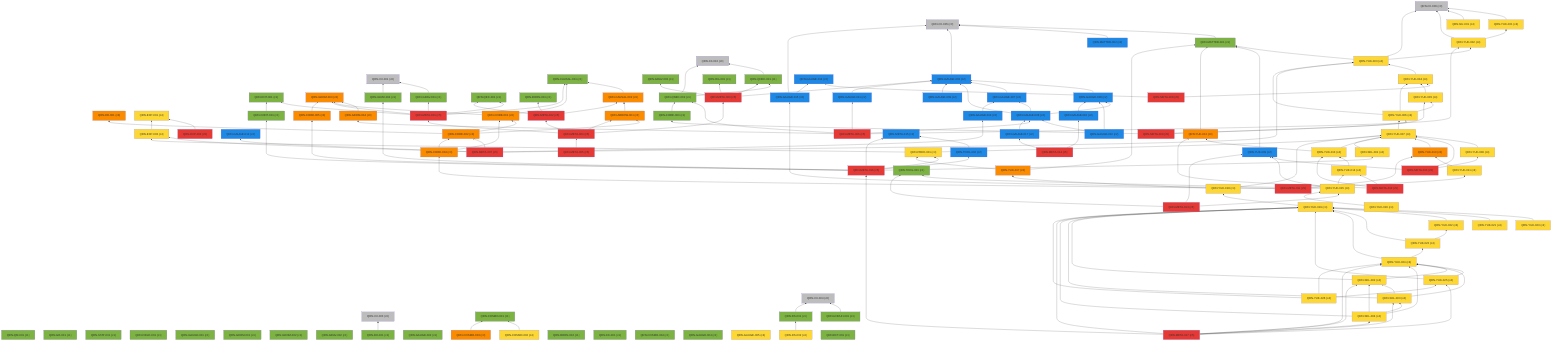
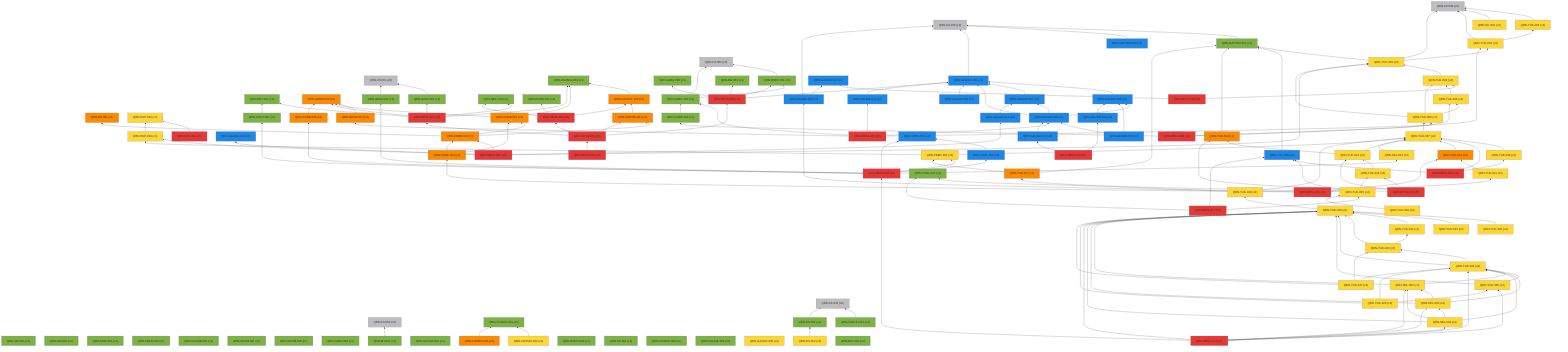
%% 自動生成 (dag/report.pl) — QRN 主張依存グラフ
graph BT
  QRN_C0_001["QRN-C0-001 (c0)"]:::c0
  QRN_C0_002["QRN-C0-002 (c0)"]:::c0
  QRN_C0_003["QRN-C0-003 (c0)"]:::c0
  QRN_C0_004["QRN-C0-004 (c0)"]:::c0
  QRN_C0_005["QRN-C0-005 (c0)"]:::c0
  QRN_C0_006["QRN-C0-006 (c0)"]:::c0
  QRN_QM_001["QRN-QM-001 (c1)"]:::c1
  QRN_GR_001["QRN-GR-001 (c1)"]:::c1
  QRN_STAT_001["QRN-STAT-001 (c1)"]:::c1
  QRN_FIELD_001["QRN-FIELD-001 (c1)"]:::c1
  QRN_GAUGE_001["QRN-GAUGE-001 (c1)"]:::c1
  QRN_ENT_001["QRN-ENT-001 (c1)"]:::c1
  QRN_GEOM_001["QRN-GEOM-001 (c1)"]:::c1
  QRN_GEOM_002["QRN-GEOM-002 (c1)"]:::c1
  QRN_GEOM_003["QRN-GEOM-003 (c3)"]:::c3
  QRN_GRAV_001["QRN-GRAV-001 (c1)"]:::c1
  QRN_GRAV_002["QRN-GRAV-002 (c1)"]:::c1
  QRN_BH_001["QRN-BH-001 (c1)"]:::c1
  QRN_CAUSAL_001["QRN-CAUSAL-001 (c1)"]:::c1
  QRN_CAUSAL_002["QRN-CAUSAL-002 (c3)"]:::c3
  QRN_ER_001["QRN-ER-001 (c3)"]:::c3
  QRN_QEC_001["QRN-QEC-001 (c1)"]:::c1
  QRN_GAUGE_002["QRN-GAUGE-002 (c1)"]:::c1
  QRN_COSMO_001["QRN-COSMO-001 (c1)"]:::c1
  QRN_COSMO_002["QRN-COSMO-002 (c4)"]:::c4
  QRN_COSMO_003["QRN-COSMO-003 (c3)"]:::c3
  QRN_BORN_001["QRN-BORN-001 (c1)"]:::c1
  QRN_BORN_002["QRN-BORN-002 (c1)"]:::c1
  QRN_GRAV_003["QRN-GRAV-003 (c1)"]:::c1
  QRN_KK_001["QRN-KK-001 (c1)"]:::c1
  QRN_MATTER_001["QRN-MATTER-001 (c1)"]:::c1
  QRN_MATTER_002["QRN-MATTER-002 (c2)"]:::c2
  QRN_COSMO_004["QRN-COSMO-004 (c1)"]:::c1
  QRN_EXP_001["QRN-EXP-001 (c4)"]:::c4
  QRN_GAUGE_003["QRN-GAUGE-003 (c2)"]:::c2
  QRN_GAUGE_004["QRN-GAUGE-004 (c1)"]:::c1
  QRN_GAUGE_005["QRN-GAUGE-005 (c4)"]:::c4
  QRN_YUK_001["QRN-YUK-001 (c4)"]:::c4
  QRN_RG_001["QRN-RG-001 (c1)"]:::c1
  QRN_UNRUH_001["QRN-UNRUH-001 (c1)"]:::c1
  QRN_QNEC_001["QRN-QNEC-001 (c1)"]:::c1
  QRN_NU_001["QRN-NU-001 (c4)"]:::c4
  QRN_GAUGE_006["QRN-GAUGE-006 (c2)"]:::c2
  QRN_DS_001["QRN-DS-001 (c1)"]:::c1
  QRN_DS_002["QRN-DS-002 (c4)"]:::c4
  QRN_ARROW_001["QRN-ARROW-001 (c3)"]:::c3
  QRN_GAUGE_007["QRN-GAUGE-007 (c2)"]:::c2
  QRN_EFT_001["QRN-EFT-001 (c1)"]:::c1
  QRN_GAUGE_008["QRN-GAUGE-008 (c2)"]:::c2
  QRN_GAUGE_009["QRN-GAUGE-009 (c2)"]:::c2
  QRN_GAUGE_010["QRN-GAUGE-010 (c2)"]:::c2
  QRN_QNEC_002["QRN-QNEC-002 (c1)"]:::c1
  QRN_GEOM_004["QRN-GEOM-004 (c3)"]:::c3
  QRN_YUK_002["QRN-YUK-002 (c4)"]:::c4
  QRN_EXP_002["QRN-EXP-002 (c5)"]:::c5
  QRN_CORE_001["QRN-CORE-001 (c3)"]:::c3
  QRN_GAUGE_011["QRN-GAUGE-011 (c2)"]:::c2
  QRN_GAUGE_012["QRN-GAUGE-012 (c2)"]:::c2
  QRN_YUK_003["QRN-YUK-003 (c4)"]:::c4
  QRN_EXP_003["QRN-EXP-003 (c4)"]:::c4
  QRN_CORE_002["QRN-CORE-002 (c3)"]:::c3
  QRN_GAUGE_013["QRN-GAUGE-013 (c2)"]:::c2
  QRN_YUK_004["QRN-YUK-004 (c4)"]:::c4
  QRN_GAUGE_014["QRN-GAUGE-014 (c2)"]:::c2
  QRN_META_001["QRN-META-001 (c5)"]:::c5
  QRN_META_002["QRN-META-002 (c5)"]:::c5
  QRN_META_003["QRN-META-003 (c5)"]:::c5
  QRN_META_004["QRN-META-004 (c5)"]:::c5
  QRN_META_005["QRN-META-005 (c5)"]:::c5
  QRN_META_006["QRN-META-006 (c5)"]:::c5
  QRN_META_007["QRN-META-007 (c5)"]:::c5
  QRN_META_008["QRN-META-008 (c5)"]:::c5
  QRN_YUK_005["QRN-YUK-005 (c4)"]:::c4
  QRN_YUK_006["QRN-YUK-006 (c4)"]:::c4
  QRN_CORE_003["QRN-CORE-003 (c1)"]:::c1
  QRN_META_009["QRN-META-009 (c5)"]:::c5
  QRN_YUK_007["QRN-YUK-007 (c4)"]:::c4
  QRN_YUK_008["QRN-YUK-008 (c4)"]:::c4
  QRN_YUK_009["QRN-YUK-009 (c2)"]:::c2
  QRN_META_010["QRN-META-010 (c5)"]:::c5
  QRN_GAUGE_015["QRN-GAUGE-015 (c2)"]:::c2
  QRN_YUK_010["QRN-YUK-010 (c3)"]:::c3
  QRN_YUK_011["QRN-YUK-011 (c4)"]:::c4
  QRN_CORE_004["QRN-CORE-004 (c3)"]:::c3
  QRN_META_011["QRN-META-011 (c5)"]:::c5
  QRN_YUK_012["QRN-YUK-012 (c3)"]:::c3
  QRN_YUK_013["QRN-YUK-013 (c4)"]:::c4
  QRN_YUK_014["QRN-YUK-014 (c4)"]:::c4
  QRN_META_012["QRN-META-012 (c5)"]:::c5
  QRN_TOOL_001["QRN-TOOL-001 (c1)"]:::c1
  QRN_YUK_015["QRN-YUK-015 (c4)"]:::c4
  QRN_META_013["QRN-META-013 (c5)"]:::c5
  QRN_GAUGE_016["QRN-GAUGE-016 (c2)"]:::c2
  QRN_GAUGE_017["QRN-GAUGE-017 (c2)"]:::c2
  QRN_META_014["QRN-META-014 (c5)"]:::c5
  QRN_META_015["QRN-META-015 (c2)"]:::c2
  QRN_TOOL_002["QRN-TOOL-002 (c2)"]:::c2
  QRN_CORE_005["QRN-CORE-005 (c3)"]:::c3
  QRN_CONT_001["QRN-CONT-001 (c1)"]:::c1
  QRN_SEL_001["QRN-SEL-001 (c4)"]:::c4
  QRN_GRAV_004["QRN-GRAV-004 (c1)"]:::c1
  QRN_PRED_001["QRN-PRED-001 (c4)"]:::c4
  QRN_META_016["QRN-META-016 (c5)"]:::c5
  QRN_YUK_016["QRN-YUK-016 (c4)"]:::c4
  QRN_YUK_017["QRN-YUK-017 (c3)"]:::c3
  QRN_YUK_018["QRN-YUK-018 (c4)"]:::c4
  QRN_YUK_019["QRN-YUK-019 (c4)"]:::c4
  QRN_YUK_020["QRN-YUK-020 (c4)"]:::c4
  QRN_YUK_021["QRN-YUK-021 (c4)"]:::c4
  QRN_YUK_022["QRN-YUK-022 (c4)"]:::c4
  QRN_YUK_023["QRN-YUK-023 (c4)"]:::c4
  QRN_YUK_024["QRN-YUK-024 (c4)"]:::c4
  QRN_YUK_025["QRN-YUK-025 (c4)"]:::c4
  QRN_SEL_002["QRN-SEL-002 (c4)"]:::c4
  QRN_SEL_003["QRN-SEL-003 (c4)"]:::c4
  QRN_SEL_004["QRN-SEL-004 (c4)"]:::c4
  QRN_META_017["QRN-META-017 (c5)"]:::c5
  QRN_YUK_026["QRN-YUK-026 (c4)"]:::c4
+   QRN_YUK_027["QRN-YUK-027 (c4)"]:::c4
  QRN_GRAV_001 --> QRN_C0_001
  QRN_BH_001 --> QRN_C0_003
  QRN_CAUSAL_002 --> QRN_CAUSAL_001
  QRN_COSMO_002 --> QRN_COSMO_001
  QRN_COSMO_003 --> QRN_COSMO_001
  QRN_MATTER_001 --> QRN_C0_005
  QRN_MATTER_002 --> QRN_C0_005
  QRN_GAUGE_003 --> QRN_C0_005
  QRN_YUK_001 --> QRN_C0_006
  QRN_UNRUH_001 --> QRN_C0_004
  QRN_QNEC_001 --> QRN_C0_002
  QRN_NU_001 --> QRN_C0_006
  QRN_GAUGE_006 --> QRN_GAUGE_003
  QRN_DS_001 --> QRN_C0_004
  QRN_DS_002 --> QRN_DS_001
  QRN_ARROW_001 --> QRN_CAUSAL_002
  QRN_GAUGE_007 --> QRN_GAUGE_003
  QRN_GAUGE_008 --> QRN_GAUGE_003
  QRN_GAUGE_008 --> QRN_GAUGE_006
  QRN_GAUGE_008 --> QRN_GAUGE_007
  QRN_GAUGE_009 --> QRN_GAUGE_003
  QRN_GAUGE_010 --> QRN_GAUGE_006
  QRN_GAUGE_010 --> QRN_GAUGE_008
  QRN_QNEC_002 --> QRN_C0_002
  QRN_QNEC_002 --> QRN_QNEC_001
  QRN_GEOM_004 --> QRN_GEOM_003
  QRN_YUK_002 --> QRN_C0_006
  QRN_YUK_002 --> QRN_YUK_001
  QRN_EXP_002 --> QRN_EXP_001
  QRN_CORE_001 --> QRN_GEOM_003
  QRN_CORE_001 --> QRN_CAUSAL_001
  QRN_GAUGE_011 --> QRN_GAUGE_003
  QRN_YUK_003 --> QRN_C0_006
  QRN_YUK_003 --> QRN_MATTER_001
  QRN_YUK_003 --> QRN_YUK_002
  QRN_EXP_003 --> QRN_EXP_001
  QRN_CORE_002 --> QRN_CORE_001
  QRN_CORE_002 --> QRN_ER_001
  QRN_CORE_002 --> QRN_ARROW_001
  QRN_GAUGE_013 --> QRN_GAUGE_007
  QRN_YUK_004 --> QRN_YUK_003
  QRN_META_001 --> QRN_GEOM_003
  QRN_META_001 --> QRN_GRAV_001
  QRN_META_001 --> QRN_CAUSAL_001
  QRN_META_001 --> QRN_QEC_001
  QRN_META_001 --> QRN_ENT_001
  QRN_META_002 --> QRN_QEC_001
  QRN_META_002 --> QRN_BORN_001
  QRN_META_002 --> QRN_CAUSAL_002
  QRN_META_003 --> QRN_GAUGE_003
  QRN_META_003 --> QRN_RG_001
  QRN_META_003 --> QRN_QNEC_001
  QRN_META_003 --> QRN_GRAV_003
  QRN_META_004 --> QRN_META_001
  QRN_META_004 --> QRN_META_002
  QRN_META_004 --> QRN_META_003
  QRN_META_004 --> QRN_ARROW_001
  QRN_META_005 --> QRN_META_004
  QRN_META_006 --> QRN_GAUGE_008
  QRN_META_006 --> QRN_QNEC_002
  QRN_META_006 --> QRN_GEOM_004
  QRN_META_006 --> QRN_YUK_002
  QRN_META_006 --> QRN_GAUGE_011
  QRN_META_007 --> QRN_GAUGE_012
  QRN_META_007 --> QRN_YUK_003
  QRN_META_007 --> QRN_EXP_003
  QRN_META_007 --> QRN_CORE_002
  QRN_META_007 --> QRN_GAUGE_013
  QRN_META_008 --> QRN_YUK_004
  QRN_META_008 --> QRN_GAUGE_014
  QRN_YUK_005 --> QRN_YUK_004
  QRN_YUK_006 --> QRN_YUK_003
  QRN_YUK_006 --> QRN_YUK_004
  QRN_YUK_006 --> QRN_YUK_005
  QRN_CORE_003 --> QRN_QNEC_002
  QRN_META_009 --> QRN_YUK_005
  QRN_META_009 --> QRN_YUK_006
  QRN_META_009 --> QRN_CORE_003
  QRN_YUK_007 --> QRN_YUK_006
  QRN_YUK_008 --> QRN_YUK_007
  QRN_YUK_009 --> QRN_MATTER_001
  QRN_META_010 --> QRN_YUK_007
  QRN_META_010 --> QRN_YUK_008
  QRN_META_010 --> QRN_YUK_009
  QRN_GAUGE_015 --> QRN_C0_005
  QRN_GAUGE_015 --> QRN_GAUGE_014
  QRN_YUK_010 --> QRN_YUK_007
  QRN_YUK_011 --> QRN_YUK_010
  QRN_CORE_004 --> QRN_CORE_001
  QRN_CORE_004 --> QRN_CORE_002
  QRN_META_011 --> QRN_GAUGE_015
  QRN_META_011 --> QRN_YUK_010
  QRN_META_011 --> QRN_YUK_011
  QRN_META_011 --> QRN_CORE_004
  QRN_YUK_012 --> QRN_MATTER_001
  QRN_YUK_013 --> QRN_YUK_012
  QRN_YUK_013 --> QRN_YUK_007
  QRN_YUK_014 --> QRN_YUK_013
  QRN_META_012 --> QRN_YUK_012
  QRN_META_012 --> QRN_YUK_013
  QRN_META_012 --> QRN_YUK_014
  QRN_YUK_015 --> QRN_YUK_014
  QRN_YUK_015 --> QRN_TOOL_001
  QRN_YUK_015 --> QRN_YUK_009
  QRN_META_013 --> QRN_YUK_015
  QRN_META_013 --> QRN_TOOL_001
  QRN_META_013 --> QRN_YUK_009
  QRN_GAUGE_016 --> QRN_GAUGE_006
  QRN_GAUGE_017 --> QRN_GAUGE_008
  QRN_META_014 --> QRN_GAUGE_016
  QRN_META_014 --> QRN_GAUGE_017
  QRN_TOOL_002 --> QRN_META_015
  QRN_CORE_005 --> QRN_GEOM_003
  QRN_CONT_001 --> QRN_ENT_001
  QRN_SEL_001 --> QRN_YUK_007
  QRN_GRAV_004 --> QRN_C0_001
  QRN_PRED_001 --> QRN_YUK_007
  QRN_PRED_001 --> QRN_EXP_003
  QRN_META_016 --> QRN_META_015
  QRN_META_016 --> QRN_TOOL_002
  QRN_META_016 --> QRN_CORE_005
  QRN_META_016 --> QRN_CONT_001
  QRN_META_016 --> QRN_SEL_001
  QRN_META_016 --> QRN_GRAV_004
  QRN_META_016 --> QRN_PRED_001
  QRN_YUK_016 --> QRN_YUK_015
  QRN_YUK_017 --> QRN_MATTER_001
  QRN_YUK_017 --> QRN_PRED_001
  QRN_YUK_018 --> QRN_YUK_017
  QRN_YUK_018 --> QRN_YUK_007
  QRN_YUK_019 --> QRN_YUK_018
  QRN_YUK_020 --> QRN_YUK_019
  QRN_YUK_021 --> QRN_YUK_019
  QRN_YUK_022 --> QRN_YUK_019
  QRN_YUK_023 --> QRN_YUK_019
  QRN_YUK_023 --> QRN_YUK_022
  QRN_YUK_024 --> QRN_YUK_019
  QRN_YUK_024 --> QRN_YUK_023
  QRN_YUK_025 --> QRN_YUK_019
  QRN_YUK_025 --> QRN_YUK_024
  QRN_SEL_002 --> QRN_YUK_019
  QRN_SEL_002 --> QRN_YUK_024
  QRN_SEL_003 --> QRN_YUK_019
  QRN_SEL_003 --> QRN_YUK_024
  QRN_SEL_003 --> QRN_SEL_002
  QRN_SEL_004 --> QRN_YUK_019
  QRN_SEL_004 --> QRN_YUK_024
  QRN_SEL_004 --> QRN_SEL_002
  QRN_SEL_004 --> QRN_SEL_003
  QRN_META_017 --> QRN_META_016
  QRN_META_017 --> QRN_YUK_019
  QRN_META_017 --> QRN_YUK_024
  QRN_META_017 --> QRN_YUK_025
  QRN_META_017 --> QRN_SEL_002
  QRN_META_017 --> QRN_SEL_003
  QRN_META_017 --> QRN_SEL_004
  QRN_YUK_026 --> QRN_YUK_019
  QRN_YUK_026 --> QRN_YUK_024
  QRN_YUK_026 --> QRN_YUK_025
+   QRN_YUK_027 --> QRN_YUK_019
+   QRN_YUK_027 --> QRN_YUK_023
+   QRN_YUK_027 --> QRN_YUK_024
  classDef c0 fill:#bdbdbd
  classDef c1 fill:#7cb342
  classDef c2 fill:#1e88e5
  classDef c3 fill:#fb8c00
  classDef c4 fill:#fdd835
  classDef c5 fill:#e53935
